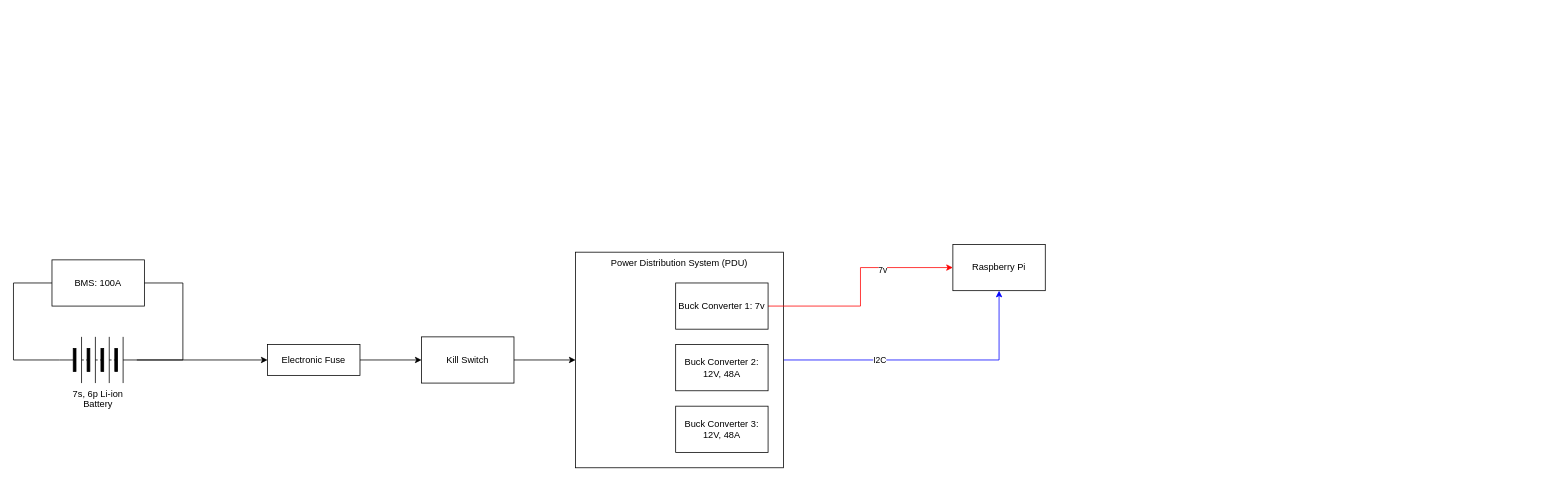
Above: Circuit-Diagram.drawio in Uvic-Robotics-Club/Circuit-Diagram (draw.io), before the change. Source tidied: cells renumbered, new cells numbered last; positions are measured from the earlier drawing's top-left corner, leaving out a move shared by most shapes. Both pictures are drawn from the tidied source at 77%, with x=0, y=0 at pixel (13, 244).
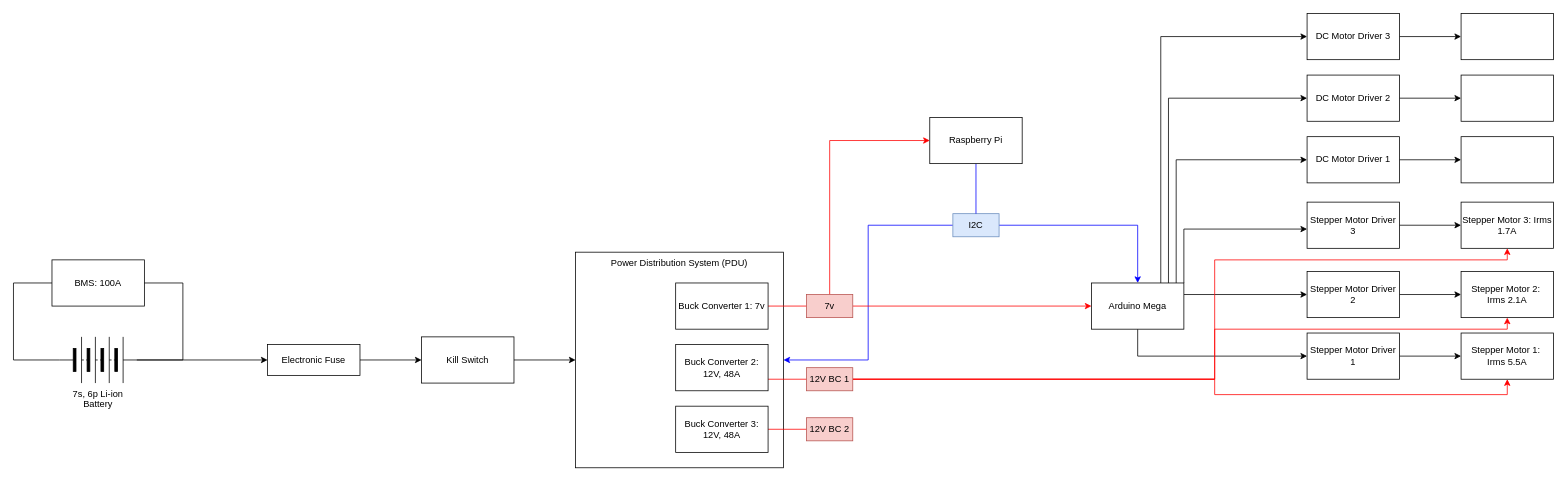
The same page after the edit.

Commit message:
added arm motors

The edit, as a diff of the source:
```diff
@@
+    <mxCell id="20" style="edgeStyle=orthogonalEdgeStyle;rounded=0;jettySize=auto;html=1;entryX=0;entryY=0.5;entryDx=0;entryDy=0;startArrow=none;startFill=0;endArrow=classic;endFill=1;strokeColor=#000000;" parent="1" edge="1" source="21" target="25">
+      <mxGeometry relative="1" as="geometry" />
+    </mxCell>
+    <mxCell id="21" value="Stepper Motor Driver 1" style="whiteSpace=wrap;html=1;rounded=0;" parent="1" vertex="1">
+      <mxGeometry x="1680" y="115" width="120" height="60" as="geometry" />
+    </mxCell>
@@
-    <mxCell id="11" style="edgeStyle=orthogonalEdgeStyle;rounded=0;jettySize=auto;html=1;entryX=0.5;entryY=1;entryDx=0;entryDy=0;strokeColor=#0000FF;" parent="1" edge="1" source="13" target="19">
-      <mxGeometry relative="1" as="geometry" />
-    </mxCell>
+    <mxCell id="13" value="Power Distribution System (PDU)" style="whiteSpace=wrap;html=1;shadow=0;dashed=0;verticalAlign=top;" parent="1" vertex="1">
+      <mxGeometry x="730" y="10" width="270" height="280" as="geometry" />
+    </mxCell>
+    <mxCell id="22" style="edgeStyle=orthogonalEdgeStyle;rounded=0;jettySize=auto;html=1;entryX=0;entryY=0.5;entryDx=0;entryDy=0;startArrow=none;startFill=0;endArrow=none;endFill=0;strokeColor=#FF0000;" parent="1" edge="1" source="16" target="15">
+      <mxGeometry relative="1" as="geometry" />
+    </mxCell>
+    <mxCell id="16" value="Buck Converter 1: 7v" style="rounded=0;whiteSpace=wrap;html=1;" parent="1" vertex="1">
+      <mxGeometry x="860" y="50" width="120" height="60" as="geometry" />
+    </mxCell>
+    <mxCell id="23" style="edgeStyle=orthogonalEdgeStyle;rounded=0;jettySize=auto;html=1;exitX=1;exitY=0.75;exitDx=0;exitDy=0;entryX=0;entryY=0.5;entryDx=0;entryDy=0;startArrow=none;startFill=0;endArrow=none;endFill=0;strokeColor=#FF0000;" parent="1" edge="1" source="17" target="41">
+      <mxGeometry relative="1" as="geometry" />
+    </mxCell>
+    <mxCell id="17" value="Buck Converter 2: 12V, 48A" style="rounded=0;whiteSpace=wrap;html=1;" parent="1" vertex="1">
+      <mxGeometry x="860" y="130" width="120" height="60" as="geometry" />
+    </mxCell>
+    <mxCell id="24" style="edgeStyle=orthogonalEdgeStyle;rounded=0;jettySize=auto;html=1;startArrow=none;startFill=0;endArrow=none;endFill=0;strokeColor=#FF0000;" parent="1" edge="1" source="18" target="42">
+      <mxGeometry relative="1" as="geometry" />
+    </mxCell>
+    <mxCell id="18" value="Buck Converter 3: 12V, 48A" style="rounded=0;whiteSpace=wrap;html=1;" parent="1" vertex="1">
+      <mxGeometry x="860" y="210" width="120" height="60" as="geometry" />
+    </mxCell>
+    <mxCell id="25" value="Stepper Motor 1:&amp;nbsp; Irms 5.5A" style="whiteSpace=wrap;html=1;rounded=0;" parent="1" vertex="1">
+      <mxGeometry x="1880" y="115" width="120" height="60" as="geometry" />
+    </mxCell>
+    <mxCell id="26" style="edgeStyle=orthogonalEdgeStyle;rounded=0;jettySize=auto;html=1;entryX=1;entryY=0.5;entryDx=0;entryDy=0;startArrow=none;startFill=0;strokeColor=#0000FF;" parent="1" edge="1" source="12" target="13">
+      <mxGeometry relative="1" as="geometry" />
+    </mxCell>
+    <mxCell id="27" style="edgeStyle=orthogonalEdgeStyle;rounded=0;jettySize=auto;html=1;entryX=0.5;entryY=0;entryDx=0;entryDy=0;startArrow=none;startFill=0;strokeColor=#0000FF;" parent="1" edge="1" source="12" target="35">
+      <mxGeometry relative="1" as="geometry" />
+    </mxCell>
-    <mxCell id="12" value="I2C" style="edgeLabel;html=1;align=center;verticalAlign=middle;points=[];fontColor=#000000;" parent="11" vertex="1">
-      <mxGeometry x="-0.33" y="1" relative="1" as="geometry" />
+    <mxCell id="12" value="I2C" style="text;html=1;strokeColor=#6c8ebf;fillColor=#dae8fc;align=center;verticalAlign=middle;whiteSpace=wrap;rounded=0;" parent="1" vertex="1">
+      <mxGeometry x="1220" y="-40" width="60" height="30" as="geometry" />
     </mxCell>
-    <mxCell id="13" value="Power Distribution System (PDU)" style="whiteSpace=wrap;html=1;shadow=0;dashed=0;verticalAlign=top;" parent="1" vertex="1">
-      <mxGeometry x="730" y="10" width="270" height="280" as="geometry" />
-    </mxCell>
-    <mxCell id="14" style="edgeStyle=orthogonalEdgeStyle;rounded=0;jettySize=auto;html=1;entryX=0;entryY=0.5;entryDx=0;entryDy=0;fontColor=#000000;strokeColor=#FF0000;" parent="1" edge="1" source="16" target="19">
-      <mxGeometry relative="1" as="geometry" />
-    </mxCell>
+    <mxCell id="28" style="edgeStyle=orthogonalEdgeStyle;rounded=0;jettySize=auto;html=1;entryX=0.5;entryY=0;entryDx=0;entryDy=0;startArrow=none;startFill=0;strokeColor=#0000FF;endArrow=none;endFill=0;" parent="1" edge="1" source="19" target="12">
+      <mxGeometry relative="1" as="geometry" />
+    </mxCell>
+    <mxCell id="19" value="Raspberry Pi" style="whiteSpace=wrap;html=1;" parent="1" vertex="1">
+      <mxGeometry x="1190" y="-165" width="120" height="60" as="geometry" />
+    </mxCell>
+    <mxCell id="29" style="edgeStyle=orthogonalEdgeStyle;rounded=0;jettySize=auto;html=1;startArrow=none;startFill=0;strokeColor=#000000;" parent="1" edge="1" source="35" target="21">
+      <mxGeometry relative="1" as="geometry">
+        <Array as="points">
+          <mxPoint x="1460" y="145" />
+        </Array>
+      </mxGeometry>
+    </mxCell>
+    <mxCell id="30" style="edgeStyle=orthogonalEdgeStyle;rounded=0;jettySize=auto;html=1;startArrow=none;startFill=0;endArrow=classic;endFill=1;strokeColor=#000000;" parent="1" edge="1" source="35" target="44">
+      <mxGeometry relative="1" as="geometry">
+        <Array as="points">
+          <mxPoint x="1560" y="65" />
+          <mxPoint x="1560" y="65" />
+        </Array>
+      </mxGeometry>
+    </mxCell>
+    <mxCell id="31" style="edgeStyle=orthogonalEdgeStyle;rounded=0;jettySize=auto;html=1;startArrow=none;startFill=0;endArrow=classic;endFill=1;strokeColor=#000000;" parent="1" edge="1" source="35" target="47">
+      <mxGeometry relative="1" as="geometry">
+        <Array as="points">
+          <mxPoint x="1520" y="-20" />
+        </Array>
+      </mxGeometry>
+    </mxCell>
+    <mxCell id="32" style="edgeStyle=orthogonalEdgeStyle;rounded=0;jettySize=auto;html=1;entryX=0;entryY=0.5;entryDx=0;entryDy=0;startArrow=none;startFill=0;endArrow=classic;endFill=1;strokeColor=#000000;" parent="1" edge="1" source="35" target="50">
+      <mxGeometry relative="1" as="geometry">
+        <Array as="points">
+          <mxPoint x="1510" y="-110" />
+        </Array>
+      </mxGeometry>
+    </mxCell>
+    <mxCell id="33" style="edgeStyle=orthogonalEdgeStyle;rounded=0;jettySize=auto;html=1;startArrow=none;startFill=0;endArrow=classic;endFill=1;strokeColor=#000000;" parent="1" edge="1" source="35" target="52">
+      <mxGeometry relative="1" as="geometry">
+        <Array as="points">
+          <mxPoint x="1500" y="-190" />
+        </Array>
+      </mxGeometry>
+    </mxCell>
+    <mxCell id="34" style="edgeStyle=orthogonalEdgeStyle;rounded=0;jettySize=auto;html=1;startArrow=none;startFill=0;endArrow=classic;endFill=1;strokeColor=#000000;" parent="1" edge="1" source="35" target="54">
+      <mxGeometry relative="1" as="geometry">
+        <Array as="points">
+          <mxPoint x="1490" y="-270" />
+        </Array>
+      </mxGeometry>
+    </mxCell>
+    <mxCell id="35" value="Arduino Mega" style="whiteSpace=wrap;html=1;rounded=0;" parent="1" vertex="1">
+      <mxGeometry x="1400" y="50" width="120" height="60" as="geometry" />
+    </mxCell>
+    <mxCell id="36" style="edgeStyle=orthogonalEdgeStyle;rounded=0;jettySize=auto;html=1;entryX=0;entryY=0.5;entryDx=0;entryDy=0;startArrow=none;startFill=0;endArrow=classic;endFill=1;strokeColor=#FF0000;" parent="1" edge="1" source="15" target="19">
+      <mxGeometry relative="1" as="geometry">
+        <Array as="points">
+          <mxPoint x="1060" y="-135" />
+        </Array>
+      </mxGeometry>
+    </mxCell>
+    <mxCell id="37" style="edgeStyle=orthogonalEdgeStyle;rounded=0;jettySize=auto;html=1;entryX=0;entryY=0.5;entryDx=0;entryDy=0;startArrow=none;startFill=0;endArrow=classic;endFill=1;strokeColor=#FF0000;" parent="1" edge="1" source="15" target="35">
+      <mxGeometry relative="1" as="geometry" />
+    </mxCell>
-    <mxCell id="15" value="7v" style="edgeLabel;html=1;align=center;verticalAlign=middle;points=[];fontColor=#000000;" parent="14" vertex="1">
-      <mxGeometry x="0.36" y="-3" relative="1" as="geometry">
-        <mxPoint x="1" as="offset" />
-      </mxGeometry>
+    <mxCell id="15" value="7v" style="text;html=1;strokeColor=#b85450;fillColor=#f8cecc;align=center;verticalAlign=middle;whiteSpace=wrap;rounded=0;" parent="1" vertex="1">
+      <mxGeometry x="1030" y="65" width="60" height="30" as="geometry" />
     </mxCell>
-    <mxCell id="16" value="Buck Converter 1: 7v" style="rounded=0;whiteSpace=wrap;html=1;" parent="1" vertex="1">
-      <mxGeometry x="860" y="50" width="120" height="60" as="geometry" />
-    </mxCell>
-    <mxCell id="17" value="Buck Converter 2: 12V, 48A" style="rounded=0;whiteSpace=wrap;html=1;" parent="1" vertex="1">
-      <mxGeometry x="860" y="130" width="120" height="60" as="geometry" />
-    </mxCell>
-    <mxCell id="18" value="Buck Converter 3: 12V, 48A" style="rounded=0;whiteSpace=wrap;html=1;" parent="1" vertex="1">
-      <mxGeometry x="860" y="210" width="120" height="60" as="geometry" />
-    </mxCell>
-    <mxCell id="19" value="Raspberry Pi" style="whiteSpace=wrap;html=1;rounded=0;" parent="1" vertex="1">
-      <mxGeometry x="1220" width="120" height="60" as="geometry" />
-    </mxCell>
+    <mxCell id="38" style="edgeStyle=orthogonalEdgeStyle;rounded=0;jettySize=auto;html=1;entryX=0.5;entryY=1;entryDx=0;entryDy=0;startArrow=none;startFill=0;endArrow=classic;endFill=1;strokeColor=#FF0000;" parent="1" edge="1" source="41" target="25">
+      <mxGeometry relative="1" as="geometry">
+        <Array as="points">
+          <mxPoint x="1560" y="175" />
+          <mxPoint x="1560" y="195" />
+          <mxPoint x="1940" y="195" />
+        </Array>
+      </mxGeometry>
+    </mxCell>
+    <mxCell id="39" style="edgeStyle=orthogonalEdgeStyle;rounded=0;jettySize=auto;html=1;startArrow=none;startFill=0;endArrow=classic;endFill=1;strokeColor=#FF0000;entryX=0.5;entryY=1;entryDx=0;entryDy=0;" parent="1" edge="1" source="41" target="45">
+      <mxGeometry relative="1" as="geometry">
+        <Array as="points">
+          <mxPoint x="1560" y="175" />
+          <mxPoint x="1560" y="110" />
+          <mxPoint x="1940" y="110" />
+        </Array>
+      </mxGeometry>
+    </mxCell>
+    <mxCell id="40" style="edgeStyle=orthogonalEdgeStyle;rounded=0;jettySize=auto;html=1;entryX=0.5;entryY=1;entryDx=0;entryDy=0;startArrow=none;startFill=0;endArrow=classic;endFill=1;strokeColor=#FF0000;" parent="1" edge="1" source="41" target="48">
+      <mxGeometry relative="1" as="geometry">
+        <Array as="points">
+          <mxPoint x="1560" y="175" />
+          <mxPoint x="1560" y="20" />
+          <mxPoint x="1940" y="20" />
+        </Array>
+      </mxGeometry>
+    </mxCell>
+    <mxCell id="41" value="12V BC 1" style="text;html=1;strokeColor=#b85450;fillColor=#f8cecc;align=center;verticalAlign=middle;whiteSpace=wrap;rounded=0;" parent="1" vertex="1">
+      <mxGeometry x="1030" y="160" width="60" height="30" as="geometry" />
+    </mxCell>
+    <mxCell id="42" value="12V BC 2" style="text;html=1;strokeColor=#b85450;fillColor=#f8cecc;align=center;verticalAlign=middle;whiteSpace=wrap;rounded=0;" parent="1" vertex="1">
+      <mxGeometry x="1030" y="225" width="60" height="30" as="geometry" />
+    </mxCell>
+    <mxCell id="43" style="edgeStyle=orthogonalEdgeStyle;rounded=0;jettySize=auto;html=1;startArrow=none;startFill=0;endArrow=classic;endFill=1;strokeColor=#000000;" parent="1" edge="1" source="44" target="45">
+      <mxGeometry relative="1" as="geometry" />
+    </mxCell>
+    <mxCell id="44" value="Stepper Motor Driver 2" style="whiteSpace=wrap;html=1;rounded=0;" parent="1" vertex="1">
+      <mxGeometry x="1680" y="35" width="120" height="60" as="geometry" />
+    </mxCell>
+    <mxCell id="45" value="Stepper Motor 2:&amp;nbsp; Irms 2.1A" style="whiteSpace=wrap;html=1;rounded=0;" parent="1" vertex="1">
+      <mxGeometry x="1880" y="35" width="120" height="60" as="geometry" />
+    </mxCell>
+    <mxCell id="46" style="edgeStyle=orthogonalEdgeStyle;rounded=0;jettySize=auto;html=1;startArrow=none;startFill=0;endArrow=classic;endFill=1;strokeColor=#000000;" parent="1" edge="1" source="47" target="48">
+      <mxGeometry relative="1" as="geometry" />
+    </mxCell>
+    <mxCell id="47" value="Stepper Motor Driver 3" style="whiteSpace=wrap;html=1;rounded=0;" parent="1" vertex="1">
+      <mxGeometry x="1680" y="-55" width="120" height="60" as="geometry" />
+    </mxCell>
+    <mxCell id="48" value="Stepper Motor 3: Irms 1.7A" style="whiteSpace=wrap;html=1;rounded=0;" parent="1" vertex="1">
+      <mxGeometry x="1880" y="-55" width="120" height="60" as="geometry" />
+    </mxCell>
+    <mxCell id="49" style="edgeStyle=orthogonalEdgeStyle;rounded=0;jettySize=auto;html=1;startArrow=none;startFill=0;endArrow=classic;endFill=1;strokeColor=#000000;" parent="1" edge="1" source="50" target="55">
+      <mxGeometry relative="1" as="geometry" />
+    </mxCell>
+    <mxCell id="50" value="DC Motor Driver 1" style="whiteSpace=wrap;html=1;rounded=0;" parent="1" vertex="1">
+      <mxGeometry x="1680" y="-140" width="120" height="60" as="geometry" />
+    </mxCell>
+    <mxCell id="51" style="edgeStyle=orthogonalEdgeStyle;rounded=0;jettySize=auto;html=1;startArrow=none;startFill=0;endArrow=classic;endFill=1;strokeColor=#000000;" parent="1" edge="1" source="52" target="56">
+      <mxGeometry relative="1" as="geometry" />
+    </mxCell>
+    <mxCell id="52" value="DC Motor Driver 2" style="whiteSpace=wrap;html=1;rounded=0;" parent="1" vertex="1">
+      <mxGeometry x="1680" y="-220" width="120" height="60" as="geometry" />
+    </mxCell>
+    <mxCell id="53" style="edgeStyle=orthogonalEdgeStyle;rounded=0;jettySize=auto;html=1;startArrow=none;startFill=0;endArrow=classic;endFill=1;strokeColor=#000000;" parent="1" edge="1" source="54" target="57">
+      <mxGeometry relative="1" as="geometry" />
+    </mxCell>
+    <mxCell id="54" value="DC Motor Driver 3" style="whiteSpace=wrap;html=1;rounded=0;" parent="1" vertex="1">
+      <mxGeometry x="1680" y="-300" width="120" height="60" as="geometry" />
+    </mxCell>
+    <mxCell id="55" style="whiteSpace=wrap;html=1;rounded=0;" parent="1" vertex="1">
+      <mxGeometry x="1880" y="-140" width="120" height="60" as="geometry" />
+    </mxCell>
+    <mxCell id="56" style="whiteSpace=wrap;html=1;rounded=0;" parent="1" vertex="1">
+      <mxGeometry x="1880" y="-220" width="120" height="60" as="geometry" />
+    </mxCell>
+    <mxCell id="57" style="whiteSpace=wrap;html=1;rounded=0;" parent="1" vertex="1">
+      <mxGeometry x="1880" y="-300" width="120" height="60" as="geometry" />
+    </mxCell>
```
